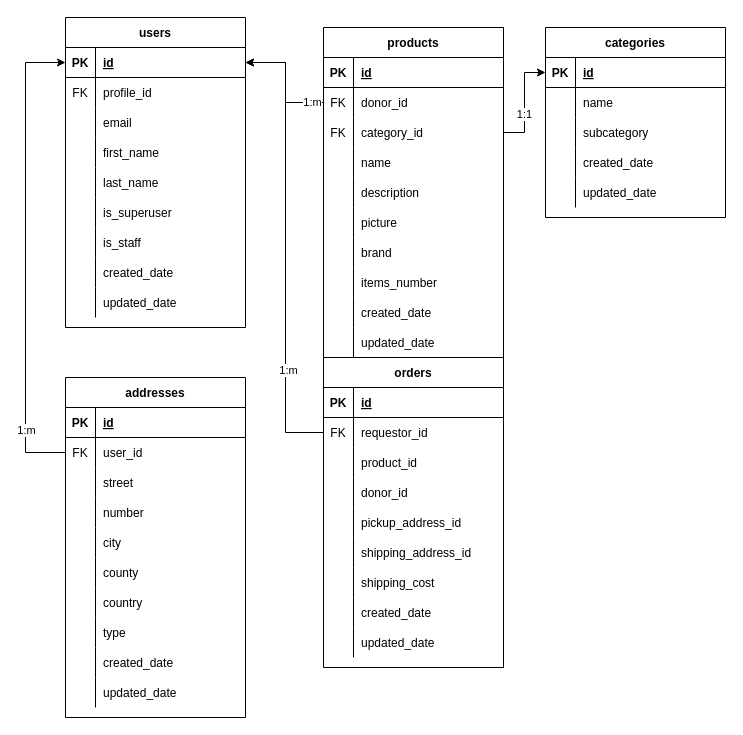
The draw.io diagram donations_point.drawio in PixLix1/donations_point, before the edit. Source tidied: cells renumbered, new cells numbered last; positions are measured from the earlier drawing's top-left corner, leaving out a move shared by most shapes. Both pictures are drawn from the tidied source at 100%, with x=0, y=0 at pixel (25, 17).
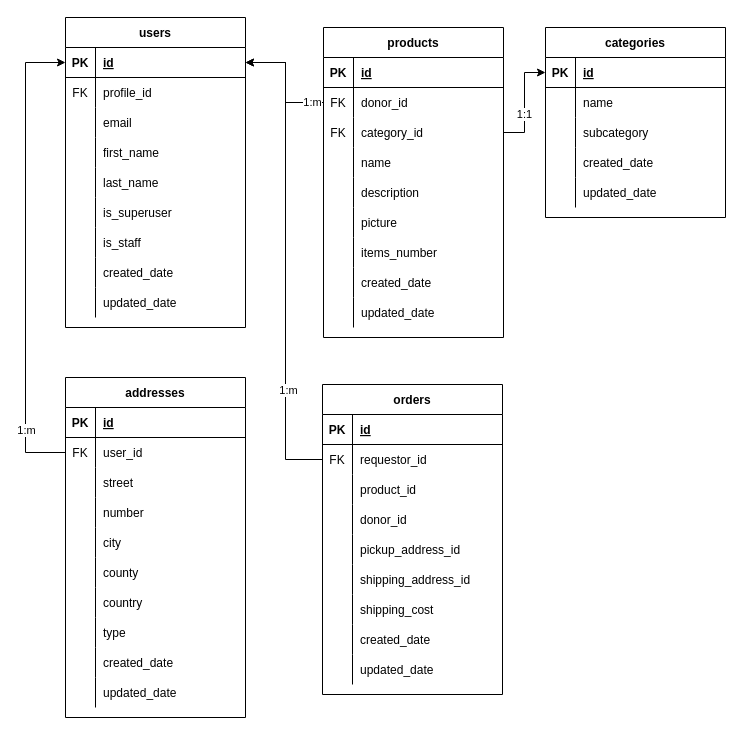
The same diagram, later.

The change refers to these unchanged cells:
```xml
<mxCell id="3" style="shape=partialRectangle;fillColor=none;top=0;left=0;bottom=1;right=0;points=[[0,0.5],[1,0.5]];portConstraint=eastwest;" parent="2" vertex="1">
  <mxGeometry y="30" width="180" height="30" as="geometry" />
</mxCell>
<mxCell id="65" style="shape=partialRectangle;fillColor=none;top=0;left=0;bottom=0;right=0;points=[[0,0.5],[1,0.5]];portConstraint=eastwest;" parent="61" vertex="1">
  <mxGeometry y="60" width="180" height="30" as="geometry" />
</mxCell>
```

Diff of the diagram source:
```diff
@@
     <mxCell id="30" value="products" style="shape=table;startSize=30;childLayout=tableLayout;rowLines=0;fontStyle=1;align=center;" parent="1" vertex="1">
-      <mxGeometry x="298" y="10" width="180" height="340" as="geometry" />
+      <mxGeometry x="298" y="10" width="180" height="310" as="geometry" />
     </mxCell>
@@
-    <mxCell id="49" style="shape=partialRectangle;fillColor=none;top=0;left=0;bottom=0;right=0;" parent="30" vertex="1">
-      <mxGeometry y="210" width="180" height="30" as="geometry" />
-    </mxCell>
-    <mxCell id="50" style="shape=partialRectangle;fillColor=none;top=0;left=0;bottom=0;right=0;overflow=hidden;" parent="49" vertex="1">
-      <mxGeometry width="30" height="30" as="geometry" />
-    </mxCell>
-    <mxCell id="51" value="brand" style="shape=partialRectangle;fillColor=none;top=0;left=0;bottom=0;right=0;align=left;spacingLeft=6;overflow=hidden;" parent="49" vertex="1">
-      <mxGeometry x="30" width="150" height="30" as="geometry" />
-    </mxCell>
     <mxCell id="52" style="shape=partialRectangle;fillColor=none;top=0;left=0;bottom=0;right=0;" parent="30" vertex="1">
-      <mxGeometry y="240" width="180" height="30" as="geometry" />
+      <mxGeometry y="210" width="180" height="30" as="geometry" />
     </mxCell>
@@
     <mxCell id="55" style="shape=partialRectangle;fillColor=none;top=0;left=0;bottom=0;right=0;" parent="30" vertex="1">
-      <mxGeometry y="270" width="180" height="30" as="geometry" />
+      <mxGeometry y="240" width="180" height="30" as="geometry" />
     </mxCell>
@@
     <mxCell id="58" style="shape=partialRectangle;fillColor=none;top=0;left=0;bottom=0;right=0;" parent="30" vertex="1">
-      <mxGeometry y="300" width="180" height="30" as="geometry" />
+      <mxGeometry y="270" width="180" height="30" as="geometry" />
     </mxCell>
@@
     <mxCell id="61" value="orders" style="shape=table;startSize=30;childLayout=tableLayout;rowLines=0;fontStyle=1;align=center;" parent="1" vertex="1">
-      <mxGeometry x="298" y="340" width="180" height="310" as="geometry" />
+      <mxGeometry x="297" y="367" width="180" height="310" as="geometry" />
     </mxCell>
@@
     <mxCell id="89" style="edgeStyle=orthogonalEdgeStyle;rounded=0;jettySize=auto;html=1;exitX=0;exitY=0.5;exitDx=0;exitDy=0;entryX=1;entryY=0.5;entryDx=0;entryDy=0;" parent="1" edge="1" source="65" target="3">
       <mxGeometry relative="1" as="geometry">
         <Array as="points">
-          <mxPoint x="260" y="415" />
+          <mxPoint x="260" y="442" />
           <mxPoint x="260" y="45" />
         </Array>
       </mxGeometry>
     </mxCell>
```
